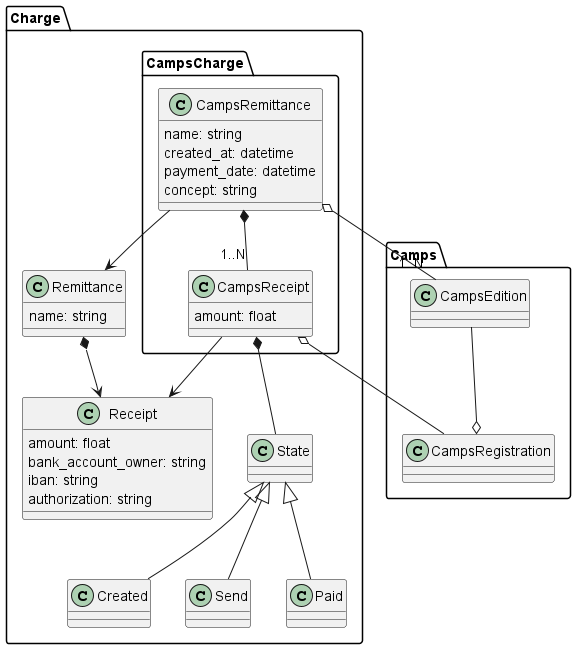
IgnacioMaestro/ampa-manager keeps this PlantUML diagram as doc/DomainModelDiagram/ChargePackage/Camps/Camps.png. Above is the earlier version.
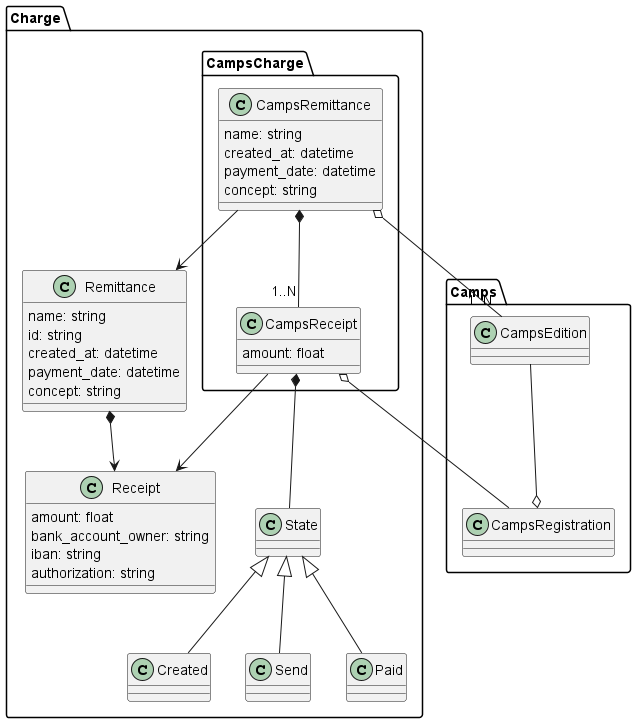
The same diagram one commit later.

Diff of the diagram source:
```diff
@@ -1,4 +1,6 @@
 @startuml
+!include ..\ChargeCommon.puml
+
 package Charge{
     package CampsCharge{
         class CampsRemittance{
@@ -11,26 +13,6 @@
             amount: float
         }
     }
-
-    class State
-    class Created
-    class Send
-    class Paid
-    State <|-- Created
-    State <|-- Send
-    State <|-- Paid
-
-    class Remittance {
-        name: string
-    }
-    class Receipt {
-        amount: float
-        bank_account_owner: string
-        iban: string
-        authorization: string
-    }
-
-    Remittance *--> Receipt
 
     CampsReceipt --> Receipt
     CampsRemittance --> Remittance
```
